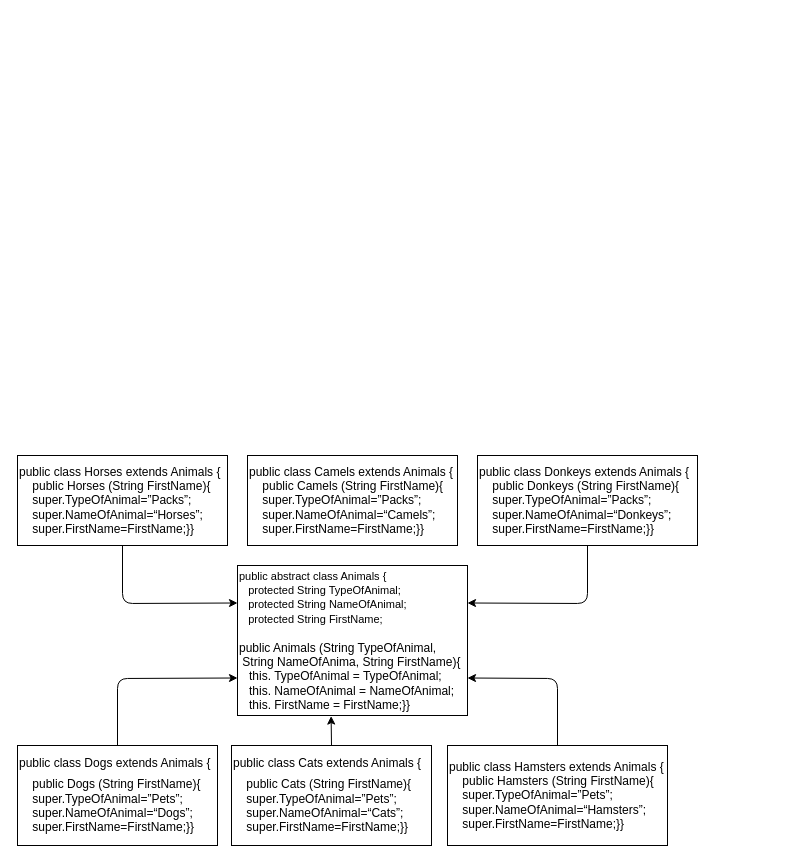
The draw.io diagram Task6.drawio in FedorPRG/Final_certification, before the edit. Source tidied: cells renumbered, new cells numbered last; positions are measured from the earlier drawing's top-left corner, leaving out a move shared by most shapes. Both pictures are drawn from the tidied source at 100%, with x=0, y=0 at pixel (17, 455).
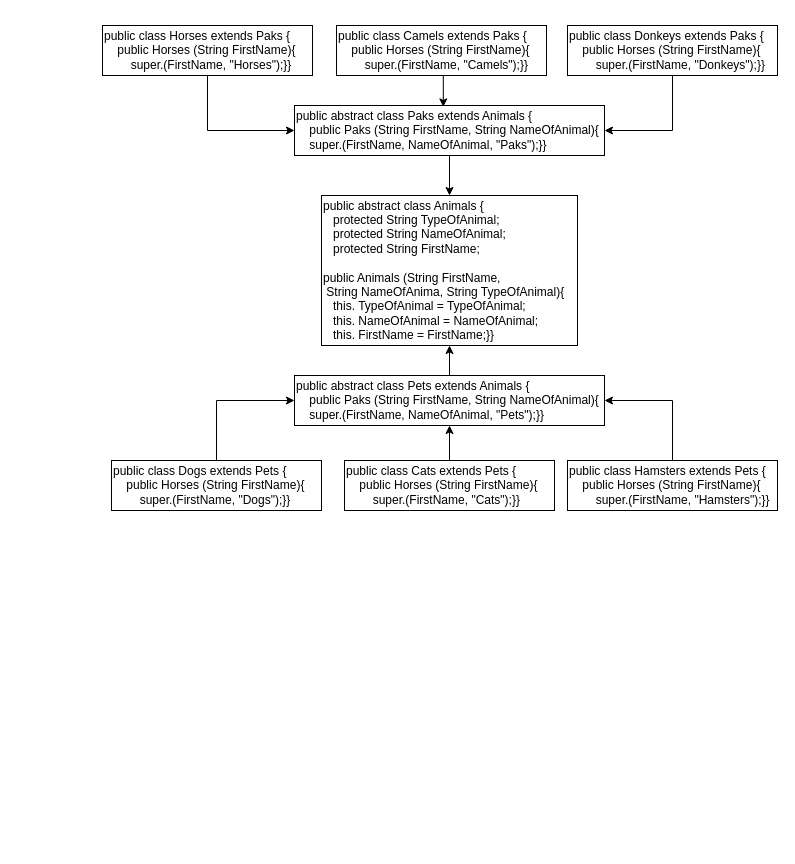
The same page after the edit.

What changed in the source:
```diff
@@
 <mxGraphModel>
   <root>
     <mxCell id="0" />
     <mxCell id="1" parent="0" />
-    <mxCell id="2" value="&lt;span style=&quot;font-size: 11px;&quot;&gt;public abstract class Animals {&lt;/span&gt;&lt;br&gt;&lt;span style=&quot;font-size: 11px;&quot;&gt;&amp;nbsp; &amp;nbsp;protected String TypeOfAnimal;&lt;/span&gt;&lt;br&gt;&lt;span style=&quot;font-size: 11px;&quot;&gt;&amp;nbsp; &amp;nbsp;protected String NameOfAnimal;&lt;/span&gt;&lt;br&gt;&lt;span lang=&quot;EN-US&quot; style=&quot;font-size: 11px;&quot;&gt;&amp;nbsp; &amp;nbsp;protected String FirstName;&lt;/span&gt;&lt;span style=&quot;font-size: 11px;&quot;&gt;&amp;nbsp;&lt;br&gt;&amp;nbsp;&amp;nbsp;&lt;/span&gt;&lt;br&gt;public Animals (String TypeOfAnimal,&lt;br&gt;&lt;span lang=&quot;EN-US&quot;&gt;&amp;nbsp;String NameOfAnima,&lt;/span&gt; String FirstName)&lt;span lang=&quot;EN-US&quot; style=&quot;background-color: initial;&quot;&gt;{&lt;/span&gt;&lt;br&gt;&amp;nbsp; &amp;nbsp;this. TypeOfAnimal = TypeOfAnimal;&lt;br&gt;&amp;nbsp; &amp;nbsp;this. NameOfAnimal = NameOfAnimal; &lt;br&gt;&amp;nbsp; &amp;nbsp;this. FirstName = FirstName;}}" style="rounded=0;whiteSpace=wrap;html=1;align=left;" parent="1" vertex="1">
-      <mxGeometry x="220" y="110" width="230" height="150" as="geometry" />
+    <mxCell id="2" value="&lt;font style=&quot;font-size: 12px;&quot;&gt;public abstract class Animals {&lt;br&gt;&amp;nbsp; &amp;nbsp;protected String TypeOfAnimal;&lt;br&gt;&amp;nbsp; &amp;nbsp;protected String NameOfAnimal;&lt;br&gt;&lt;span lang=&quot;EN-US&quot; style=&quot;&quot;&gt;&amp;nbsp; &amp;nbsp;protected String FirstName;&lt;/span&gt;&amp;nbsp;&lt;br&gt;&amp;nbsp;&amp;nbsp;&lt;/font&gt;&lt;br&gt;public Animals (String FirstName,&lt;br&gt;&lt;span lang=&quot;EN-US&quot;&gt;&amp;nbsp;String NameOfAnima,&lt;/span&gt; String TypeOfAnimal)&lt;span lang=&quot;EN-US&quot; style=&quot;background-color: initial;&quot;&gt;{&lt;/span&gt;&lt;br&gt;&amp;nbsp; &amp;nbsp;this. TypeOfAnimal = TypeOfAnimal;&lt;br&gt;&amp;nbsp; &amp;nbsp;this. NameOfAnimal = NameOfAnimal; &lt;br&gt;&amp;nbsp; &amp;nbsp;this. FirstName = FirstName;}}" style="rounded=0;whiteSpace=wrap;html=1;align=left;" parent="1" vertex="1">
+      <mxGeometry x="304" y="-260" width="256" height="150" as="geometry" />
     </mxCell>
-    <mxCell id="3" style="edgeStyle=none;html=1;exitX=0.5;exitY=0;exitDx=0;exitDy=0;fontFamily=Helvetica;fontSize=3;entryX=0;entryY=0.75;entryDx=0;entryDy=0;" parent="1" edge="1" source="4" target="2">
-      <mxGeometry relative="1" as="geometry">
-        <Array as="points">
-          <mxPoint x="100" y="223" />
-        </Array>
-      </mxGeometry>
-    </mxCell>
-    <mxCell id="4" value="&lt;p style=&quot;margin-bottom:0cm;margin-bottom:.0001pt&quot; class=&quot;MsoNormal&quot;&gt;&lt;span lang=&quot;EN-US&quot;&gt;public class Dogs extends Animals {&lt;br&gt;&lt;/span&gt;&lt;/p&gt;&lt;p style=&quot;margin-bottom: 0.0001pt; font-size: 3px;&quot; class=&quot;MsoNormal&quot;&gt;&lt;span lang=&quot;EN-US&quot;&gt;&lt;br&gt;&lt;/span&gt;&lt;/p&gt;&lt;div style=&quot;text-indent: 0px;&quot;&gt;&lt;span style=&quot;background-color: initial; text-indent: 9.75pt;&quot;&gt;&amp;nbsp; &amp;nbsp; public Dogs (String FirstName){&lt;/span&gt;&lt;/div&gt;&lt;div style=&quot;text-indent: 0px;&quot;&gt;&lt;span style=&quot;text-indent: 9.75pt; background-color: initial;&quot;&gt;&amp;nbsp; &amp;nbsp;&amp;nbsp;&lt;/span&gt;&lt;span style=&quot;text-indent: 9.75pt; background-color: initial;&quot;&gt;super.TypeOfAnimal=”Pets”;&lt;/span&gt;&lt;span style=&quot;background-color: initial;&quot;&gt;&amp;nbsp; &amp;nbsp; &amp;nbsp;&amp;nbsp;&lt;/span&gt;&lt;span style=&quot;background-color: initial;&quot;&gt;&amp;nbsp;&amp;nbsp;&lt;/span&gt;&lt;span style=&quot;background-color: initial;&quot;&gt;super.NameOfAnimal=“Dogs”;&lt;br&gt;&lt;/span&gt;&lt;span style=&quot;background-color: initial;&quot;&gt;&amp;nbsp; &amp;nbsp; super.FirstName=FirstName;&lt;/span&gt;&lt;span style=&quot;background-color: initial;&quot;&gt;}}&lt;/span&gt;&lt;/div&gt;&lt;p&gt;&lt;/p&gt;" style="rounded=0;whiteSpace=wrap;html=1;align=left;" parent="1" vertex="1">
-      <mxGeometry y="290" width="200" height="100" as="geometry" />
-    </mxCell>
-    <mxCell id="5" style="edgeStyle=none;html=1;exitX=0.5;exitY=0;exitDx=0;exitDy=0;entryX=0.407;entryY=1.004;entryDx=0;entryDy=0;entryPerimeter=0;fontFamily=Helvetica;fontSize=3;" parent="1" edge="1" source="6" target="2">
-      <mxGeometry relative="1" as="geometry" />
-    </mxCell>
-    <mxCell id="6" value="&lt;p style=&quot;margin-bottom:0cm;margin-bottom:.0001pt&quot; class=&quot;MsoNormal&quot;&gt;&lt;span lang=&quot;EN-US&quot;&gt;public class Cats extends Animals {&lt;br&gt;&lt;/span&gt;&lt;/p&gt;&lt;p style=&quot;margin-bottom: 0.0001pt; font-size: 3px;&quot; class=&quot;MsoNormal&quot;&gt;&lt;span lang=&quot;EN-US&quot;&gt;&lt;br&gt;&lt;/span&gt;&lt;/p&gt;&lt;div style=&quot;text-indent: 0px;&quot;&gt;&lt;span style=&quot;background-color: initial; text-indent: 9.75pt;&quot;&gt;&amp;nbsp; &amp;nbsp; public Cats (String FirstName){&lt;br&gt;&lt;/span&gt;&lt;span style=&quot;text-indent: 9.75pt; background-color: initial;&quot;&gt;&amp;nbsp; &amp;nbsp;&amp;nbsp;&lt;/span&gt;&lt;span style=&quot;text-indent: 9.75pt; background-color: initial;&quot;&gt;super.TypeOfAnimal=”Pets”;&lt;/span&gt;&lt;span style=&quot;background-color: initial;&quot;&gt;&amp;nbsp; &amp;nbsp; &amp;nbsp;&amp;nbsp;&lt;/span&gt;&lt;span style=&quot;background-color: initial;&quot;&gt;&amp;nbsp;&amp;nbsp;&lt;/span&gt;&lt;span style=&quot;background-color: initial;&quot;&gt;super.NameOfAnimal=“Cats”;&lt;br&gt;&lt;/span&gt;&lt;span style=&quot;background-color: initial;&quot;&gt;&amp;nbsp; &amp;nbsp; super.FirstName=FirstName;}}&lt;/span&gt;&lt;/div&gt;&lt;p&gt;&lt;/p&gt;" style="rounded=0;whiteSpace=wrap;html=1;align=left;" parent="1" vertex="1">
-      <mxGeometry x="214" y="290" width="200" height="100" as="geometry" />
-    </mxCell>
-    <mxCell id="7" style="edgeStyle=none;html=1;exitX=0.5;exitY=0;exitDx=0;exitDy=0;entryX=1;entryY=0.75;entryDx=0;entryDy=0;fontFamily=Helvetica;fontSize=3;" parent="1" edge="1" source="8" target="2">
-      <mxGeometry relative="1" as="geometry">
-        <Array as="points">
-          <mxPoint x="540" y="223" />
-        </Array>
-      </mxGeometry>
-    </mxCell>
-    <mxCell id="8" value="&lt;p style=&quot;margin-bottom:0cm;margin-bottom:.0001pt&quot; class=&quot;MsoNormal&quot;&gt;&lt;span lang=&quot;EN-US&quot;&gt;public class Hamsters extends Animals {&lt;br&gt;&lt;/span&gt;&lt;/p&gt;&lt;div style=&quot;text-indent: 0px;&quot;&gt;&lt;span style=&quot;background-color: initial; text-indent: 9.75pt;&quot;&gt;&amp;nbsp; &amp;nbsp; public Hamsters (String FirstName){&lt;br&gt;&lt;/span&gt;&lt;span style=&quot;text-indent: 9.75pt; background-color: initial;&quot;&gt;&amp;nbsp; &amp;nbsp;&amp;nbsp;&lt;/span&gt;&lt;span style=&quot;text-indent: 9.75pt; background-color: initial;&quot;&gt;super.TypeOfAnimal=”Pets”;&lt;/span&gt;&lt;span style=&quot;background-color: initial;&quot;&gt;&amp;nbsp; &amp;nbsp; &amp;nbsp;&amp;nbsp;&lt;/span&gt;&lt;span style=&quot;background-color: initial;&quot;&gt;&amp;nbsp;&amp;nbsp;&lt;/span&gt;&lt;span style=&quot;background-color: initial;&quot;&gt;super.NameOfAnimal=“Hamsters”;&lt;br&gt;&lt;/span&gt;&lt;span style=&quot;background-color: initial;&quot;&gt;&amp;nbsp; &amp;nbsp; super.FirstName=FirstName;}}&lt;/span&gt;&lt;/div&gt;&lt;p&gt;&lt;/p&gt;" style="rounded=0;whiteSpace=wrap;html=1;align=left;" parent="1" vertex="1">
-      <mxGeometry x="430" y="290" width="220" height="100" as="geometry" />
-    </mxCell>
-    <mxCell id="9" style="edgeStyle=none;html=1;exitX=0.5;exitY=1;exitDx=0;exitDy=0;entryX=0;entryY=0.25;entryDx=0;entryDy=0;fontFamily=Helvetica;fontSize=3;" parent="1" edge="1" source="10" target="2">
-      <mxGeometry relative="1" as="geometry">
-        <Array as="points">
-          <mxPoint x="105" y="148" />
-        </Array>
-      </mxGeometry>
-    </mxCell>
+    <mxCell id="14" style="edgeStyle=orthogonalEdgeStyle;rounded=0;jettySize=auto;html=1;exitX=0.5;exitY=1;exitDx=0;exitDy=0;entryX=0;entryY=0.5;entryDx=0;entryDy=0;fontSize=12;" parent="1" edge="1" source="10" target="16">
+      <mxGeometry relative="1" as="geometry" />
+    </mxCell>
-    <mxCell id="10" value="&lt;p style=&quot;margin-bottom:0cm;margin-bottom:.0001pt&quot; class=&quot;MsoNormal&quot;&gt;&lt;span lang=&quot;EN-US&quot;&gt;public class Horses extends Animals {&lt;br&gt;&lt;/span&gt;&lt;/p&gt;&lt;div style=&quot;text-indent: 0px;&quot;&gt;&lt;span style=&quot;background-color: initial; text-indent: 9.75pt;&quot;&gt;&amp;nbsp; &amp;nbsp; public Horses (String FirstName){&lt;br&gt;&lt;/span&gt;&lt;span style=&quot;text-indent: 9.75pt; background-color: initial;&quot;&gt;&amp;nbsp; &amp;nbsp;&amp;nbsp;&lt;/span&gt;&lt;span style=&quot;text-indent: 9.75pt; background-color: initial;&quot;&gt;super.TypeOfAnimal=”Packs”;&lt;/span&gt;&lt;span style=&quot;background-color: initial;&quot;&gt;&amp;nbsp; &amp;nbsp; &amp;nbsp;&amp;nbsp;&lt;/span&gt;&lt;span style=&quot;background-color: initial;&quot;&gt;&amp;nbsp;&amp;nbsp;&lt;/span&gt;&lt;span style=&quot;background-color: initial;&quot;&gt;super.NameOfAnimal=“Horses”;&lt;br&gt;&lt;/span&gt;&lt;span style=&quot;background-color: initial;&quot;&gt;&amp;nbsp; &amp;nbsp; super.FirstName=FirstName;}}&lt;/span&gt;&lt;/div&gt;&lt;p&gt;&lt;/p&gt;" style="rounded=0;whiteSpace=wrap;html=1;align=left;" parent="1" vertex="1">
-      <mxGeometry width="210" height="90" as="geometry" />
+    <mxCell id="10" value="&lt;p style=&quot;margin-bottom:0cm;margin-bottom:.0001pt&quot; class=&quot;MsoNormal&quot;&gt;&lt;span lang=&quot;EN-US&quot;&gt;public class Horses extends Paks {&lt;br&gt;&lt;/span&gt;&lt;/p&gt;&lt;div style=&quot;text-indent: 0px;&quot;&gt;&lt;span style=&quot;background-color: initial; text-indent: 9.75pt;&quot;&gt;&amp;nbsp; &amp;nbsp; public Horses (String FirstName){&lt;br&gt;&lt;/span&gt;&lt;span style=&quot;text-indent: 9.75pt; background-color: initial;&quot;&gt;&amp;nbsp; &amp;nbsp;&amp;nbsp;&lt;/span&gt;&lt;span style=&quot;background-color: initial;&quot;&gt;&amp;nbsp; &amp;nbsp; super.(FirstName,&amp;nbsp;&lt;/span&gt;&lt;span style=&quot;background-color: initial;&quot;&gt;&quot;Horses&quot;);&lt;/span&gt;&lt;span style=&quot;background-color: initial;&quot;&gt;}}&lt;/span&gt;&lt;/div&gt;&lt;p&gt;&lt;/p&gt;" style="rounded=0;whiteSpace=wrap;html=1;align=left;" parent="1" vertex="1">
+      <mxGeometry x="85" y="-430" width="210" height="50" as="geometry" />
     </mxCell>
-    <mxCell id="11" value="&lt;p style=&quot;margin-bottom:0cm;margin-bottom:.0001pt&quot; class=&quot;MsoNormal&quot;&gt;&lt;span lang=&quot;EN-US&quot;&gt;public class Camels extends Animals {&lt;br&gt;&lt;/span&gt;&lt;/p&gt;&lt;div style=&quot;text-indent: 0px;&quot;&gt;&lt;span style=&quot;background-color: initial; text-indent: 9.75pt;&quot;&gt;&amp;nbsp; &amp;nbsp; public&amp;nbsp;&lt;/span&gt;Camels&lt;span style=&quot;background-color: initial; text-indent: 9.75pt;&quot;&gt;&amp;nbsp;(String FirstName){&lt;br&gt;&lt;/span&gt;&lt;span style=&quot;text-indent: 9.75pt; background-color: initial;&quot;&gt;&amp;nbsp; &amp;nbsp;&amp;nbsp;&lt;/span&gt;&lt;span style=&quot;text-indent: 9.75pt; background-color: initial;&quot;&gt;super.TypeOfAnimal=”Packs”;&lt;/span&gt;&lt;span style=&quot;background-color: initial;&quot;&gt;&amp;nbsp; &amp;nbsp; &amp;nbsp;&amp;nbsp;&lt;/span&gt;&lt;span style=&quot;background-color: initial;&quot;&gt;&amp;nbsp;&amp;nbsp;&lt;/span&gt;&lt;span style=&quot;background-color: initial;&quot;&gt;super.NameOfAnimal=“&lt;/span&gt;Camels&lt;span style=&quot;background-color: initial;&quot;&gt;”;&lt;br&gt;&lt;/span&gt;&lt;span style=&quot;background-color: initial;&quot;&gt;&amp;nbsp; &amp;nbsp; super.FirstName=FirstName;}}&lt;/span&gt;&lt;/div&gt;&lt;p&gt;&lt;/p&gt;" style="rounded=0;whiteSpace=wrap;html=1;align=left;" parent="1" vertex="1">
-      <mxGeometry x="230" width="210" height="90" as="geometry" />
-    </mxCell>
-    <mxCell id="12" style="edgeStyle=none;html=1;exitX=0.5;exitY=1;exitDx=0;exitDy=0;entryX=1;entryY=0.25;entryDx=0;entryDy=0;fontFamily=Helvetica;fontSize=3;" parent="1" edge="1" source="13" target="2">
-      <mxGeometry relative="1" as="geometry">
-        <Array as="points">
-          <mxPoint x="570" y="148" />
-        </Array>
-      </mxGeometry>
-    </mxCell>
-    <mxCell id="13" value="&lt;p style=&quot;margin-bottom:0cm;margin-bottom:.0001pt&quot; class=&quot;MsoNormal&quot;&gt;&lt;span lang=&quot;EN-US&quot;&gt;public class Donkeys&amp;nbsp;extends Animals {&lt;br&gt;&lt;/span&gt;&lt;/p&gt;&lt;div style=&quot;text-indent: 0px;&quot;&gt;&lt;span style=&quot;background-color: initial; text-indent: 9.75pt;&quot;&gt;&amp;nbsp; &amp;nbsp; public&amp;nbsp;&lt;/span&gt;Donkeys&lt;span style=&quot;background-color: initial; text-indent: 9.75pt;&quot;&gt;&amp;nbsp;(String FirstName){&lt;br&gt;&lt;/span&gt;&lt;span style=&quot;text-indent: 9.75pt; background-color: initial;&quot;&gt;&amp;nbsp; &amp;nbsp;&amp;nbsp;&lt;/span&gt;&lt;span style=&quot;text-indent: 9.75pt; background-color: initial;&quot;&gt;super.TypeOfAnimal=”Packs”;&lt;/span&gt;&lt;span style=&quot;background-color: initial;&quot;&gt;&amp;nbsp; &amp;nbsp; &amp;nbsp;&amp;nbsp;&lt;/span&gt;&lt;span style=&quot;background-color: initial;&quot;&gt;&amp;nbsp;&amp;nbsp;&lt;/span&gt;&lt;span style=&quot;background-color: initial;&quot;&gt;super.NameOfAnimal=“&lt;/span&gt;Donkeys&lt;span style=&quot;background-color: initial;&quot;&gt;”;&lt;br&gt;&lt;/span&gt;&lt;span style=&quot;background-color: initial;&quot;&gt;&amp;nbsp; &amp;nbsp; super.FirstName=FirstName;}}&lt;/span&gt;&lt;/div&gt;&lt;p&gt;&lt;/p&gt;" style="rounded=0;whiteSpace=wrap;html=1;align=left;" parent="1" vertex="1">
-      <mxGeometry x="460" width="220" height="90" as="geometry" />
-    </mxCell>
+    <mxCell id="15" style="edgeStyle=orthogonalEdgeStyle;rounded=0;jettySize=auto;html=1;entryX=0.5;entryY=0;entryDx=0;entryDy=0;fontSize=12;" parent="1" edge="1" source="16" target="2">
+      <mxGeometry relative="1" as="geometry" />
+    </mxCell>
+    <mxCell id="16" value="&lt;p style=&quot;margin-bottom:0cm;margin-bottom:.0001pt&quot; class=&quot;MsoNormal&quot;&gt;&lt;span lang=&quot;EN-US&quot;&gt;public abstract class Paks extends Animals {&lt;br&gt;&lt;/span&gt;&lt;/p&gt;&lt;div style=&quot;text-indent: 0px;&quot;&gt;&lt;span style=&quot;background-color: initial; text-indent: 9.75pt;&quot;&gt;&amp;nbsp; &amp;nbsp; public Paks (String FirstName, String NameOfAnimal){&lt;br&gt;&lt;/span&gt;&lt;span style=&quot;text-indent: 9.75pt; background-color: initial;&quot;&gt;&amp;nbsp; &amp;nbsp;&amp;nbsp;&lt;/span&gt;super.(FirstName, NameOfAnimal, &quot;Paks&quot;);}}&lt;/div&gt;&lt;p&gt;&lt;/p&gt;" style="rounded=0;whiteSpace=wrap;html=1;align=left;" parent="1" vertex="1">
+      <mxGeometry x="277" y="-350" width="310" height="50" as="geometry" />
+    </mxCell>
+    <mxCell id="17" style="edgeStyle=orthogonalEdgeStyle;rounded=0;jettySize=auto;html=1;exitX=0.5;exitY=1;exitDx=0;exitDy=0;entryX=0.48;entryY=0.028;entryDx=0;entryDy=0;entryPerimeter=0;fontSize=12;" parent="1" edge="1" source="18" target="16">
+      <mxGeometry relative="1" as="geometry" />
+    </mxCell>
+    <mxCell id="18" value="&lt;p style=&quot;margin-bottom:0cm;margin-bottom:.0001pt&quot; class=&quot;MsoNormal&quot;&gt;&lt;span lang=&quot;EN-US&quot;&gt;public class Camels extends Paks {&lt;br&gt;&lt;/span&gt;&lt;/p&gt;&lt;div style=&quot;text-indent: 0px;&quot;&gt;&lt;span style=&quot;background-color: initial; text-indent: 9.75pt;&quot;&gt;&amp;nbsp; &amp;nbsp; public Horses (String FirstName){&lt;br&gt;&lt;/span&gt;&lt;span style=&quot;text-indent: 9.75pt; background-color: initial;&quot;&gt;&amp;nbsp; &amp;nbsp;&amp;nbsp;&lt;/span&gt;&lt;span style=&quot;background-color: initial;&quot;&gt;&amp;nbsp; &amp;nbsp; super.(FirstName,&amp;nbsp;&lt;/span&gt;&lt;span style=&quot;background-color: initial;&quot;&gt;&quot;Camels&quot;);&lt;/span&gt;&lt;span style=&quot;background-color: initial;&quot;&gt;}}&lt;/span&gt;&lt;/div&gt;&lt;p&gt;&lt;/p&gt;" style="rounded=0;whiteSpace=wrap;html=1;align=left;" parent="1" vertex="1">
+      <mxGeometry x="319" y="-430" width="210" height="50" as="geometry" />
+    </mxCell>
+    <mxCell id="19" style="edgeStyle=orthogonalEdgeStyle;rounded=0;jettySize=auto;html=1;entryX=1;entryY=0.5;entryDx=0;entryDy=0;fontSize=12;" parent="1" edge="1" source="20" target="16">
+      <mxGeometry relative="1" as="geometry" />
+    </mxCell>
+    <mxCell id="20" value="&lt;p style=&quot;margin-bottom:0cm;margin-bottom:.0001pt&quot; class=&quot;MsoNormal&quot;&gt;&lt;span lang=&quot;EN-US&quot;&gt;public class Donkeys extends Paks {&lt;br&gt;&lt;/span&gt;&lt;/p&gt;&lt;div style=&quot;text-indent: 0px;&quot;&gt;&lt;span style=&quot;background-color: initial; text-indent: 9.75pt;&quot;&gt;&amp;nbsp; &amp;nbsp; public Horses (String FirstName){&lt;br&gt;&lt;/span&gt;&lt;span style=&quot;text-indent: 9.75pt; background-color: initial;&quot;&gt;&amp;nbsp; &amp;nbsp;&amp;nbsp;&lt;/span&gt;&lt;span style=&quot;background-color: initial;&quot;&gt;&amp;nbsp; &amp;nbsp; super.(FirstName,&amp;nbsp;&lt;/span&gt;&quot;Donkeys&lt;span style=&quot;background-color: initial;&quot;&gt;&quot;);&lt;/span&gt;&lt;span style=&quot;background-color: initial;&quot;&gt;}}&lt;/span&gt;&lt;/div&gt;&lt;p&gt;&lt;/p&gt;" style="rounded=0;whiteSpace=wrap;html=1;align=left;" parent="1" vertex="1">
+      <mxGeometry x="550" y="-430" width="210" height="50" as="geometry" />
+    </mxCell>
+    <mxCell id="21" style="edgeStyle=orthogonalEdgeStyle;rounded=0;jettySize=auto;html=1;entryX=0.5;entryY=1;entryDx=0;entryDy=0;fontSize=12;" parent="1" edge="1" source="22" target="2">
+      <mxGeometry relative="1" as="geometry" />
+    </mxCell>
+    <mxCell id="22" value="&lt;p style=&quot;margin-bottom:0cm;margin-bottom:.0001pt&quot; class=&quot;MsoNormal&quot;&gt;&lt;span lang=&quot;EN-US&quot;&gt;public abstract class Pets extends Animals {&lt;br&gt;&lt;/span&gt;&lt;/p&gt;&lt;div style=&quot;text-indent: 0px;&quot;&gt;&lt;span style=&quot;background-color: initial; text-indent: 9.75pt;&quot;&gt;&amp;nbsp; &amp;nbsp; public Paks (String FirstName, String NameOfAnimal){&lt;br&gt;&lt;/span&gt;&lt;span style=&quot;text-indent: 9.75pt; background-color: initial;&quot;&gt;&amp;nbsp; &amp;nbsp;&amp;nbsp;&lt;/span&gt;super.(FirstName, NameOfAnimal, &quot;Pets&quot;);}}&lt;/div&gt;&lt;p&gt;&lt;/p&gt;" style="rounded=0;whiteSpace=wrap;html=1;align=left;" parent="1" vertex="1">
+      <mxGeometry x="277" y="-80" width="310" height="50" as="geometry" />
+    </mxCell>
+    <mxCell id="23" style="edgeStyle=orthogonalEdgeStyle;rounded=0;jettySize=auto;html=1;entryX=0;entryY=0.5;entryDx=0;entryDy=0;fontSize=12;" parent="1" edge="1" source="24" target="22">
+      <mxGeometry relative="1" as="geometry" />
+    </mxCell>
+    <mxCell id="24" value="&lt;p style=&quot;margin-bottom:0cm;margin-bottom:.0001pt&quot; class=&quot;MsoNormal&quot;&gt;&lt;span lang=&quot;EN-US&quot;&gt;public class Dogs extends Pets {&lt;br&gt;&lt;/span&gt;&lt;/p&gt;&lt;div style=&quot;text-indent: 0px;&quot;&gt;&lt;span style=&quot;background-color: initial; text-indent: 9.75pt;&quot;&gt;&amp;nbsp; &amp;nbsp; public Horses (String FirstName){&lt;br&gt;&lt;/span&gt;&lt;span style=&quot;text-indent: 9.75pt; background-color: initial;&quot;&gt;&amp;nbsp; &amp;nbsp;&amp;nbsp;&lt;/span&gt;&lt;span style=&quot;background-color: initial;&quot;&gt;&amp;nbsp; &amp;nbsp; super.(FirstName,&amp;nbsp;&lt;/span&gt;&lt;span style=&quot;background-color: initial;&quot;&gt;&quot;Dogs&quot;);&lt;/span&gt;&lt;span style=&quot;background-color: initial;&quot;&gt;}}&lt;/span&gt;&lt;/div&gt;&lt;p&gt;&lt;/p&gt;" style="rounded=0;whiteSpace=wrap;html=1;align=left;" parent="1" vertex="1">
+      <mxGeometry x="94" y="5" width="210" height="50" as="geometry" />
+    </mxCell>
+    <mxCell id="25" style="edgeStyle=orthogonalEdgeStyle;rounded=0;jettySize=auto;html=1;entryX=0.5;entryY=1;entryDx=0;entryDy=0;fontSize=12;" parent="1" edge="1" source="26" target="22">
+      <mxGeometry relative="1" as="geometry" />
+    </mxCell>
+    <mxCell id="26" value="&lt;p style=&quot;margin-bottom:0cm;margin-bottom:.0001pt&quot; class=&quot;MsoNormal&quot;&gt;&lt;span lang=&quot;EN-US&quot;&gt;public class Cats extends Pets {&lt;br&gt;&lt;/span&gt;&lt;/p&gt;&lt;div style=&quot;text-indent: 0px;&quot;&gt;&lt;span style=&quot;background-color: initial; text-indent: 9.75pt;&quot;&gt;&amp;nbsp; &amp;nbsp; public Horses (String FirstName){&lt;br&gt;&lt;/span&gt;&lt;span style=&quot;text-indent: 9.75pt; background-color: initial;&quot;&gt;&amp;nbsp; &amp;nbsp;&amp;nbsp;&lt;/span&gt;&lt;span style=&quot;background-color: initial;&quot;&gt;&amp;nbsp; &amp;nbsp; super.(FirstName,&amp;nbsp;&lt;/span&gt;&lt;span style=&quot;background-color: initial;&quot;&gt;&quot;Cats&quot;);&lt;/span&gt;&lt;span style=&quot;background-color: initial;&quot;&gt;}}&lt;/span&gt;&lt;/div&gt;&lt;p&gt;&lt;/p&gt;" style="rounded=0;whiteSpace=wrap;html=1;align=left;" parent="1" vertex="1">
+      <mxGeometry x="327" y="5" width="210" height="50" as="geometry" />
+    </mxCell>
+    <mxCell id="27" style="edgeStyle=orthogonalEdgeStyle;rounded=0;jettySize=auto;html=1;entryX=1;entryY=0.5;entryDx=0;entryDy=0;fontSize=12;" parent="1" edge="1" source="28" target="22">
+      <mxGeometry relative="1" as="geometry" />
+    </mxCell>
+    <mxCell id="28" value="&lt;p style=&quot;margin-bottom:0cm;margin-bottom:.0001pt&quot; class=&quot;MsoNormal&quot;&gt;&lt;span lang=&quot;EN-US&quot;&gt;public class Hamsters extends Pets {&lt;br&gt;&lt;/span&gt;&lt;/p&gt;&lt;div style=&quot;text-indent: 0px;&quot;&gt;&lt;span style=&quot;background-color: initial; text-indent: 9.75pt;&quot;&gt;&amp;nbsp; &amp;nbsp; public Horses (String FirstName){&lt;br&gt;&lt;/span&gt;&lt;span style=&quot;text-indent: 9.75pt; background-color: initial;&quot;&gt;&amp;nbsp; &amp;nbsp;&amp;nbsp;&lt;/span&gt;&lt;span style=&quot;background-color: initial;&quot;&gt;&amp;nbsp; &amp;nbsp; super.(FirstName,&amp;nbsp;&lt;/span&gt;&quot;Hamsters&lt;span style=&quot;background-color: initial;&quot;&gt;&quot;);&lt;/span&gt;&lt;span style=&quot;background-color: initial;&quot;&gt;}}&lt;/span&gt;&lt;/div&gt;&lt;p&gt;&lt;/p&gt;" style="rounded=0;whiteSpace=wrap;html=1;align=left;" parent="1" vertex="1">
+      <mxGeometry x="550" y="5" width="210" height="50" as="geometry" />
+    </mxCell>
   </root>
 </mxGraphModel>
```
